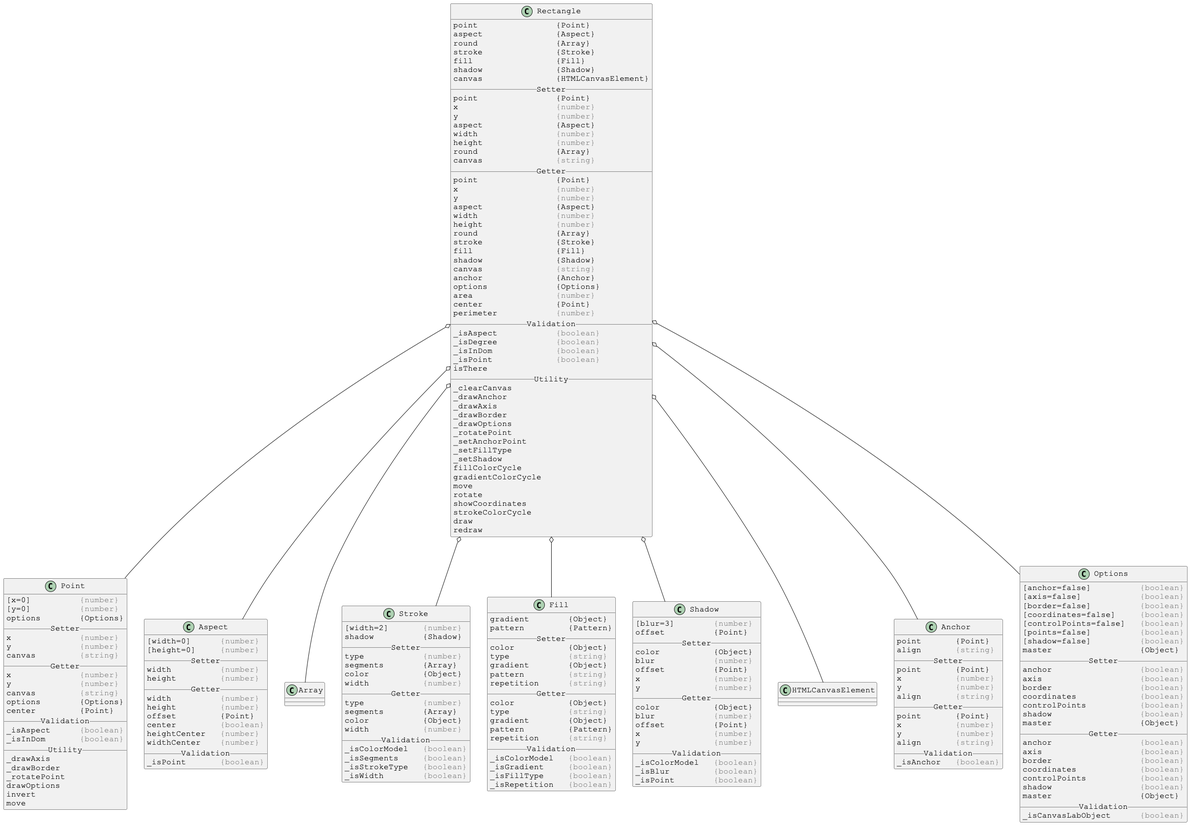
Justin-Byrne/canvasLab keeps this PlantUML diagram as docs/PlantUml/image/linked/Rectangle-linked.png. Above is the earlier version.
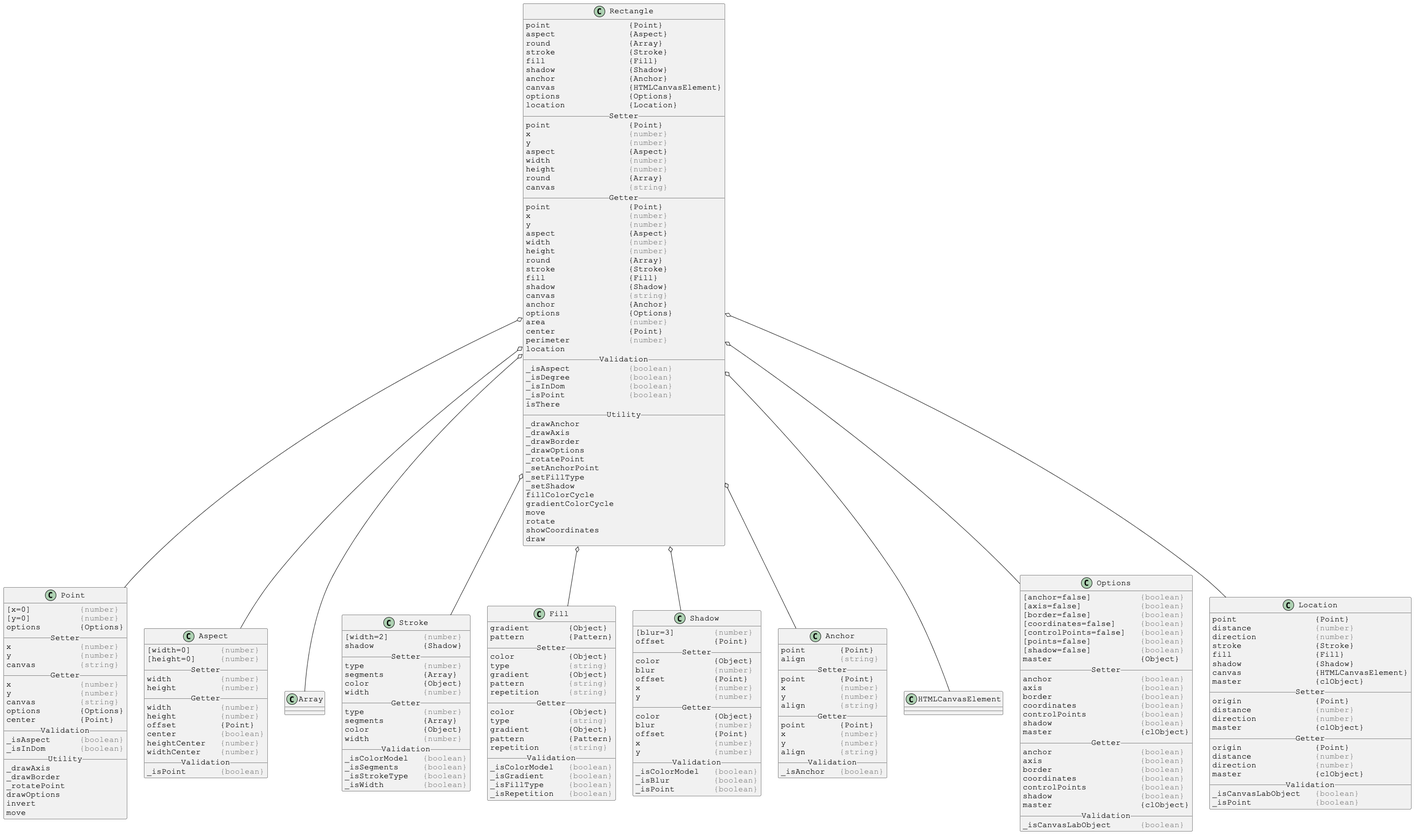
After the change.

Change to the diagram source:
```diff
@@ -10,7 +10,10 @@
 stroke               {Stroke}
 fill                 {Fill}
 shadow               {Shadow}
+anchor               {Anchor}
 canvas               {HTMLCanvasElement}
+options              {Options}
+location             {Location}
 __ Setter __
 point                {Point}
 x                    <color:gray>{number}</color>
@@ -37,6 +40,7 @@
 area                 <color:gray>{number}</color>
 center               {Point}
 perimeter            <color:gray>{number}</color>
+location
 __ Validation __
 _isAspect            <color:gray>{boolean}</color>
 _isDegree            <color:gray>{boolean}</color>
@@ -44,7 +48,6 @@
 _isPoint             <color:gray>{boolean}</color>
 isThere
 __ Utility __
-_clearCanvas
 _drawAnchor
 _drawAxis
 _drawBorder
@@ -58,9 +61,7 @@
 move
 rotate
 showCoordinates
-strokeColorCycle
 draw
-redraw
 }
 
 Rectangle o-- Point
@@ -69,9 +70,10 @@
 Rectangle o-- Stroke
 Rectangle o-- Fill
 Rectangle o-- Shadow
+Rectangle o-- Anchor
 Rectangle o-- HTMLCanvasElement
-Rectangle o-- Anchor
 Rectangle o-- Options
+Rectangle o-- Location
 
 
 
@@ -247,7 +249,7 @@
 coordinates             <color:gray>{boolean}</color>
 controlPoints           <color:gray>{boolean}</color>
 shadow                  <color:gray>{boolean}</color>
-master                  {Object}
+master                  {clObject}
 __ Getter __
 anchor                  <color:gray>{boolean}</color>
 axis                    <color:gray>{boolean}</color>
@@ -255,9 +257,38 @@
 coordinates             <color:gray>{boolean}</color>
 controlPoints           <color:gray>{boolean}</color>
 shadow                  <color:gray>{boolean}</color>
-master                  {Object}
+master                  {clObject}
 __ Validation __
 _isCanvasLabObject      <color:gray>{boolean}</color>
 }
 
+
+
+skinparam DefaultFontSize 16
+skinparam DefaultFontName Courier New
+
+class Location {
+point                {Point}
+distance             <color:gray>{number}</color>
+direction            <color:gray>{number}</color>
+stroke               {Stroke}
+fill                 {Fill}
+shadow               {Shadow}
+canvas               {HTMLCanvasElement}
+master               {clObject}
+__ Setter __
+origin               {Point}
+distance             <color:gray>{number}</color>
+direction            <color:gray>{number}</color>
+master               {clObject}
+__ Getter __
+origin               {Point}
+distance             <color:gray>{number}</color>
+direction            <color:gray>{number}</color>
+master               {clObject}
+__ Validation __
+_isCanvasLabObject   <color:gray>{boolean}</color>
+_isPoint             <color:gray>{boolean}</color>
+}
+
 @enduml
```
